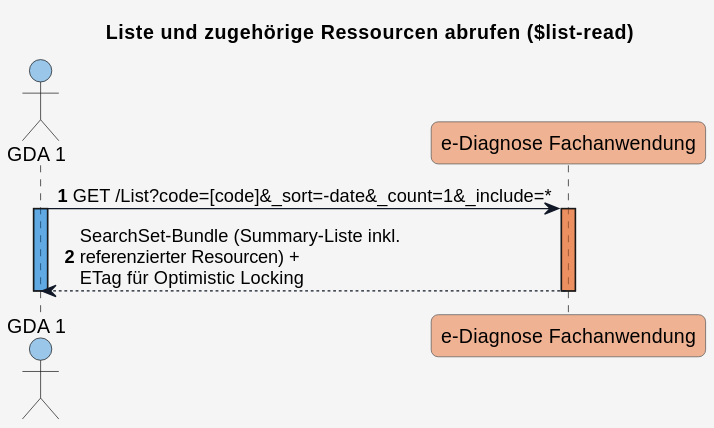
Before: r4-ELGA-e-Diagnose-main/plantuml/read.svg, a diagram exported from PlantUML (HL7Austria/hl7austria.github.io).
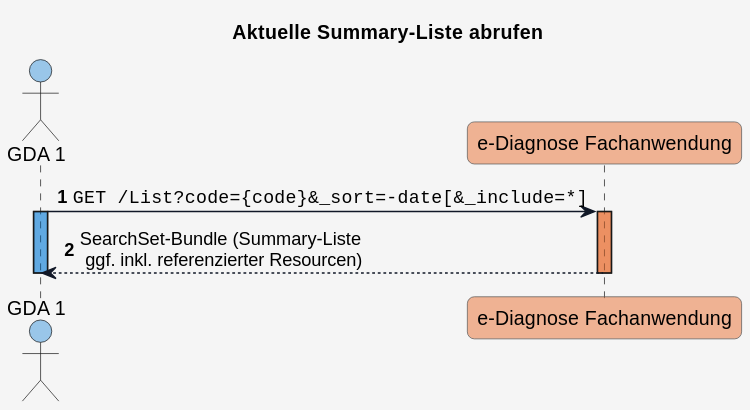
The same diagram one commit later.

The edit, as a diff of the source:
```diff
@@ -1,5 +1,5 @@
 @startuml
-title Liste und zugehörige Ressourcen abrufen ($list-read)
+title Aktuelle Summary-Liste abrufen
 
 skinparam borderColor #000000
 skinparam backgroundColor #f5f5f5
@@ -52,11 +52,11 @@
 
 autonumber
 
-GDA_1 -> eDiag_FA: GET /List?code=[code]&_sort=-date&_count=1&_include=*
+GDA_1 -> eDiag_FA: ""GET /List?code={code}&_sort=-date[&_include=*]""
 activate GDA_1 COLOR_GDA_1
 activate eDiag_FA COLOR_DIAG_FA
 
-eDiag_FA --> GDA_1: SearchSet-Bundle (Summary-Liste inkl.\nreferenzierter Resourcen) + \nETag für Optimistic Locking
+eDiag_FA --> GDA_1: SearchSet-Bundle (Summary-Liste\n ggf. inkl. referenzierter Resourcen)
 
 deactivate GDA_1
 deactivate eDiag_FA
```
